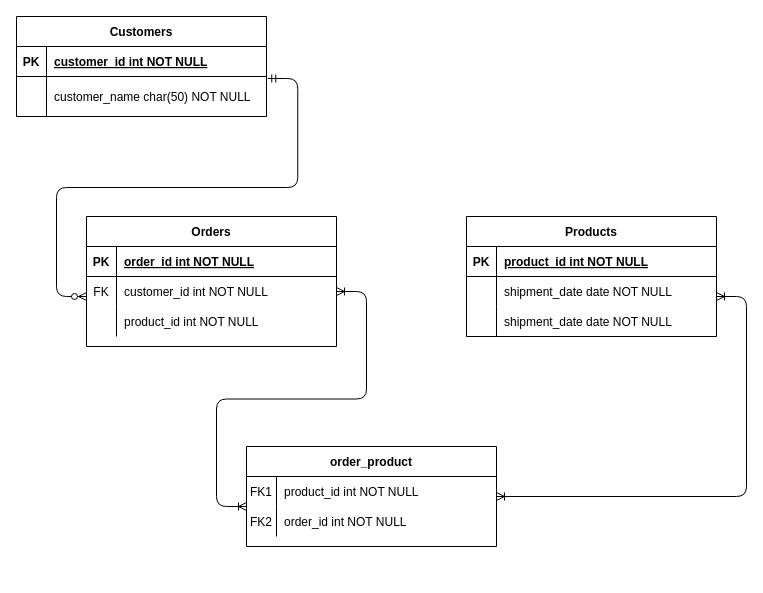
Earlier version of the draw.io diagram SQL/ERD-task.drawio (juanbonami/SQL-scripts). Source tidied: cells renumbered, new cells numbered last; positions are measured from the earlier drawing's top-left corner, leaving out a move shared by most shapes. Both pictures are drawn from the tidied source at 100%, with x=0, y=0 at pixel (16, 16).
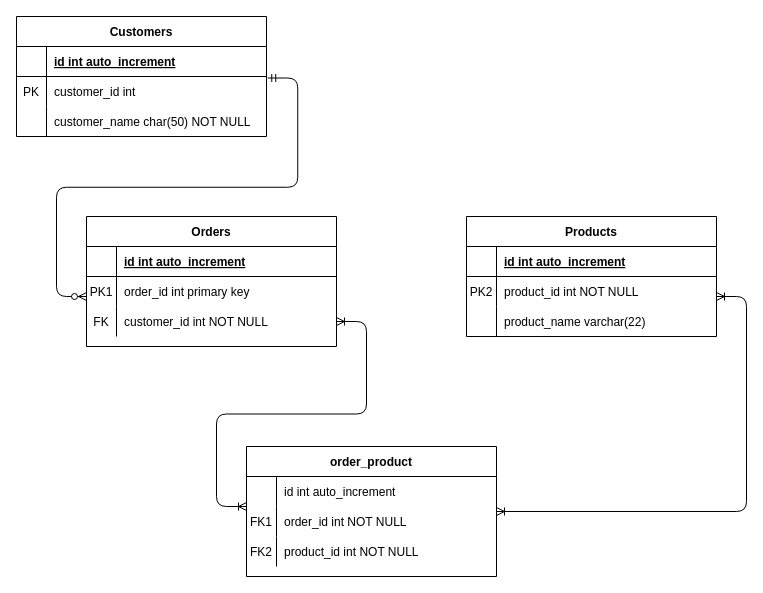
Above is the later version.

The change refers to these unchanged cells:
```xml
<mxCell id="2" value="Orders" style="shape=table;startSize=30;childLayout=tableLayout;rowLines=0;fontStyle=1;align=center;" parent="1" vertex="1">
  <mxGeometry x="70" y="200" width="250" height="130" as="geometry" />
</mxCell>
<mxCell id="3" style="shape=partialRectangle;fillColor=none;top=0;left=0;right=0;bottom=1;" parent="2" vertex="1">
  <mxGeometry y="30" width="250" height="30" as="geometry" />
</mxCell>
<mxCell id="13" style="shape=partialRectangle;fillColor=none;top=0;left=0;right=0;bottom=1;" parent="12" vertex="1">
  <mxGeometry y="30" width="250" height="30" as="geometry" />
</mxCell>
<mxCell id="16" style="shape=partialRectangle;fillColor=none;top=0;left=0;right=0;bottom=0;" parent="12" vertex="1">
  <mxGeometry y="60" width="250" height="30" as="geometry" />
</mxCell>
<mxCell id="19" style="shape=partialRectangle;fillColor=none;top=0;left=0;right=0;bottom=0;" parent="12" vertex="1">
  <mxGeometry y="90" width="250" height="30" as="geometry" />
</mxCell>
<mxCell id="23" style="shape=partialRectangle;fillColor=none;top=0;left=0;right=0;bottom=1;" parent="22" vertex="1">
  <mxGeometry y="30" width="250" height="30" as="geometry" />
</mxCell>
<mxCell id="31" style="shape=partialRectangle;fillColor=none;top=0;left=0;right=0;bottom=0;" parent="30" vertex="1">
  <mxGeometry y="30" width="250" height="30" as="geometry" />
</mxCell>
<mxCell id="34" style="shape=partialRectangle;fillColor=none;top=0;left=0;right=0;bottom=0;" parent="30" vertex="1">
  <mxGeometry y="60" width="250" height="30" as="geometry" />
</mxCell>
```

The edit, as a diff of the source:
```diff
@@
-    <mxCell id="4" value="PK" style="shape=partialRectangle;overflow=hidden;fillColor=none;top=0;left=0;bottom=0;right=0;fontStyle=1;" parent="3" vertex="1">
+    <mxCell id="4" style="shape=partialRectangle;overflow=hidden;fillColor=none;top=0;left=0;bottom=0;right=0;fontStyle=1;" parent="3" vertex="1">
       <mxGeometry width="30" height="30" as="geometry" />
     </mxCell>
-    <mxCell id="5" value="order_id int NOT NULL " style="shape=partialRectangle;overflow=hidden;fillColor=none;top=0;left=0;bottom=0;right=0;align=left;spacingLeft=6;fontStyle=5;" parent="3" vertex="1">
+    <mxCell id="5" value="id int auto_increment" style="shape=partialRectangle;overflow=hidden;fillColor=none;top=0;left=0;bottom=0;right=0;align=left;spacingLeft=6;fontStyle=5;" parent="3" vertex="1">
       <mxGeometry x="30" width="220" height="30" as="geometry" />
     </mxCell>
+    <mxCell id="9" style="shape=partialRectangle;fillColor=none;top=0;left=0;right=0;bottom=0;" parent="2" vertex="1">
+      <mxGeometry y="60" width="250" height="30" as="geometry" />
+    </mxCell>
+    <mxCell id="10" value="PK1" style="shape=partialRectangle;overflow=hidden;fillColor=none;top=0;left=0;bottom=0;right=0;" parent="9" vertex="1">
+      <mxGeometry width="30" height="30" as="geometry" />
+    </mxCell>
+    <mxCell id="11" value="order_id int primary key" style="shape=partialRectangle;overflow=hidden;fillColor=none;top=0;left=0;bottom=0;right=0;align=left;spacingLeft=6;" parent="9" vertex="1">
+      <mxGeometry x="30" width="220" height="30" as="geometry" />
+    </mxCell>
     <mxCell id="6" style="shape=partialRectangle;fillColor=none;points=[[0,0.5],[1,0.5]];portConstraint=eastwest;top=0;left=0;right=0;bottom=0;" parent="2" vertex="1">
-      <mxGeometry y="60" width="250" height="30" as="geometry" />
+      <mxGeometry y="90" width="250" height="30" as="geometry" />
     </mxCell>
@@
-    <mxCell id="9" style="shape=partialRectangle;fillColor=none;top=0;left=0;right=0;bottom=0;" parent="2" vertex="1">
-      <mxGeometry y="90" width="250" height="30" as="geometry" />
-    </mxCell>
-    <mxCell id="10" style="shape=partialRectangle;overflow=hidden;fillColor=none;top=0;left=0;bottom=0;right=0;" parent="9" vertex="1">
-      <mxGeometry width="30" height="30" as="geometry" />
-    </mxCell>
-    <mxCell id="11" value="product_id int NOT NULL" style="shape=partialRectangle;overflow=hidden;fillColor=none;top=0;left=0;bottom=0;right=0;align=left;spacingLeft=6;" parent="9" vertex="1">
-      <mxGeometry x="30" width="220" height="30" as="geometry" />
-    </mxCell>
@@
-    <mxCell id="14" value="PK" style="shape=partialRectangle;overflow=hidden;fillColor=none;top=0;left=0;bottom=0;right=0;fontStyle=1;" parent="13" vertex="1">
+    <mxCell id="14" style="shape=partialRectangle;overflow=hidden;fillColor=none;top=0;left=0;bottom=0;right=0;fontStyle=1;" parent="13" vertex="1">
       <mxGeometry width="30" height="30" as="geometry" />
     </mxCell>
-    <mxCell id="15" value="product_id int NOT NULL" style="shape=partialRectangle;overflow=hidden;fillColor=none;top=0;left=0;bottom=0;right=0;align=left;spacingLeft=6;fontStyle=5;" parent="13" vertex="1">
+    <mxCell id="15" value="id int auto_increment" style="shape=partialRectangle;overflow=hidden;fillColor=none;top=0;left=0;bottom=0;right=0;align=left;spacingLeft=6;fontStyle=5;" parent="13" vertex="1">
       <mxGeometry x="30" width="220" height="30" as="geometry" />
     </mxCell>
@@
-    <mxCell id="17" style="shape=partialRectangle;overflow=hidden;fillColor=none;top=0;left=0;bottom=0;right=0;" parent="16" vertex="1">
+    <mxCell id="17" value="PK2" style="shape=partialRectangle;overflow=hidden;fillColor=none;top=0;left=0;bottom=0;right=0;" parent="16" vertex="1">
       <mxGeometry width="30" height="30" as="geometry" />
     </mxCell>
-    <mxCell id="18" value="shipment_date date NOT NULL" style="shape=partialRectangle;overflow=hidden;fillColor=none;top=0;left=0;bottom=0;right=0;align=left;spacingLeft=6;" parent="16" vertex="1">
+    <mxCell id="18" value="product_id int NOT NULL" style="shape=partialRectangle;overflow=hidden;fillColor=none;top=0;left=0;bottom=0;right=0;align=left;spacingLeft=6;" parent="16" vertex="1">
       <mxGeometry x="30" width="220" height="30" as="geometry" />
     </mxCell>
@@
-    <mxCell id="21" value="shipment_date date NOT NULL" style="shape=partialRectangle;overflow=hidden;fillColor=none;top=0;left=0;bottom=0;right=0;align=left;spacingLeft=6;" parent="19" vertex="1">
+    <mxCell id="21" value="product_name varchar(22)" style="shape=partialRectangle;overflow=hidden;fillColor=none;top=0;left=0;bottom=0;right=0;align=left;spacingLeft=6;" parent="19" vertex="1">
       <mxGeometry x="30" width="220" height="30" as="geometry" />
     </mxCell>
     <mxCell id="22" value="Customers" style="shape=table;startSize=30;childLayout=tableLayout;rowLines=0;fontStyle=1;align=center;" parent="1" vertex="1">
-      <mxGeometry width="250" height="100" as="geometry" />
+      <mxGeometry width="250" height="120" as="geometry" />
     </mxCell>
@@
-    <mxCell id="24" value="PK" style="shape=partialRectangle;overflow=hidden;fillColor=none;top=0;left=0;bottom=0;right=0;fontStyle=1;" parent="23" vertex="1">
+    <mxCell id="24" style="shape=partialRectangle;overflow=hidden;fillColor=none;top=0;left=0;bottom=0;right=0;fontStyle=1;" parent="23" vertex="1">
       <mxGeometry width="30" height="30" as="geometry" />
     </mxCell>
-    <mxCell id="25" value="customer_id int NOT NULL " style="shape=partialRectangle;overflow=hidden;fillColor=none;top=0;left=0;bottom=0;right=0;align=left;spacingLeft=6;fontStyle=5;" parent="23" vertex="1">
+    <mxCell id="25" value="id int auto_increment" style="shape=partialRectangle;overflow=hidden;fillColor=none;top=0;left=0;bottom=0;right=0;align=left;spacingLeft=6;fontStyle=5;" parent="23" vertex="1">
       <mxGeometry x="30" width="220" height="30" as="geometry" />
     </mxCell>
     <mxCell id="26" style="shape=partialRectangle;fillColor=none;points=[[0,0.5],[1,0.5]];portConstraint=eastwest;top=0;left=0;right=0;bottom=0;" parent="22" vertex="1">
-      <mxGeometry y="60" width="250" height="40" as="geometry" />
+      <mxGeometry y="60" width="250" height="30" as="geometry" />
     </mxCell>
-    <mxCell id="27" style="shape=partialRectangle;overflow=hidden;fillColor=none;top=0;left=0;bottom=0;right=0;" parent="26" vertex="1">
-      <mxGeometry width="30" height="40" as="geometry" />
+    <mxCell id="27" value="PK" style="shape=partialRectangle;overflow=hidden;fillColor=none;top=0;left=0;bottom=0;right=0;" parent="26" vertex="1">
+      <mxGeometry width="30" height="30" as="geometry" />
     </mxCell>
-    <mxCell id="28" value="customer_name char(50) NOT NULL" style="shape=partialRectangle;overflow=hidden;fillColor=none;top=0;left=0;bottom=0;right=0;align=left;spacingLeft=6;" parent="26" vertex="1">
-      <mxGeometry x="30" width="220" height="40" as="geometry" />
+    <mxCell id="28" value="customer_id int " style="shape=partialRectangle;overflow=hidden;fillColor=none;top=0;left=0;bottom=0;right=0;align=left;spacingLeft=6;" parent="26" vertex="1">
+      <mxGeometry x="30" width="220" height="30" as="geometry" />
     </mxCell>
+    <mxCell id="39" style="shape=partialRectangle;fillColor=none;top=0;left=0;right=0;bottom=0;" parent="22" vertex="1">
+      <mxGeometry y="90" width="250" height="30" as="geometry" />
+    </mxCell>
+    <mxCell id="40" style="shape=partialRectangle;overflow=hidden;fillColor=none;top=0;left=0;bottom=0;right=0;" parent="39" vertex="1">
+      <mxGeometry width="30" height="30" as="geometry" />
+    </mxCell>
+    <mxCell id="41" value="customer_name char(50) NOT NULL" style="shape=partialRectangle;overflow=hidden;fillColor=none;top=0;left=0;bottom=0;right=0;align=left;spacingLeft=6;" parent="39" vertex="1">
+      <mxGeometry x="30" width="220" height="30" as="geometry" />
+    </mxCell>
@@
     <mxCell id="30" value="order_product" style="shape=table;startSize=30;childLayout=tableLayout;rowLines=0;fontStyle=1;align=center;" parent="1" vertex="1">
-      <mxGeometry x="230" y="430" width="250" height="100" as="geometry" />
+      <mxGeometry x="230" y="430" width="250" height="130" as="geometry" />
     </mxCell>
@@
-    <mxCell id="32" value="FK1" style="shape=partialRectangle;overflow=hidden;fillColor=none;top=0;left=0;bottom=0;right=0;" parent="31" vertex="1">
+    <mxCell id="32" style="shape=partialRectangle;overflow=hidden;fillColor=none;top=0;left=0;bottom=0;right=0;" parent="31" vertex="1">
       <mxGeometry width="30" height="30" as="geometry" />
     </mxCell>
-    <mxCell id="33" value="product_id int NOT NULL" style="shape=partialRectangle;overflow=hidden;fillColor=none;top=0;left=0;bottom=0;right=0;align=left;spacingLeft=6;" parent="31" vertex="1">
+    <mxCell id="33" value="id int auto_increment" style="shape=partialRectangle;overflow=hidden;fillColor=none;top=0;left=0;bottom=0;right=0;align=left;spacingLeft=6;" parent="31" vertex="1">
       <mxGeometry x="30" width="220" height="30" as="geometry" />
     </mxCell>
@@
-    <mxCell id="35" value="FK2" style="shape=partialRectangle;overflow=hidden;fillColor=none;top=0;left=0;bottom=0;right=0;" parent="34" vertex="1">
+    <mxCell id="35" value="FK1" style="shape=partialRectangle;overflow=hidden;fillColor=none;top=0;left=0;bottom=0;right=0;" parent="34" vertex="1">
       <mxGeometry width="30" height="30" as="geometry" />
     </mxCell>
@@
+    <mxCell id="42" style="shape=partialRectangle;fillColor=none;top=0;left=0;right=0;bottom=0;" parent="30" vertex="1">
+      <mxGeometry y="90" width="250" height="30" as="geometry" />
+    </mxCell>
+    <mxCell id="43" value="FK2" style="shape=partialRectangle;overflow=hidden;fillColor=none;top=0;left=0;bottom=0;right=0;" parent="42" vertex="1">
+      <mxGeometry width="30" height="30" as="geometry" />
+    </mxCell>
+    <mxCell id="44" value="product_id int NOT NULL" style="shape=partialRectangle;overflow=hidden;fillColor=none;top=0;left=0;bottom=0;right=0;align=left;spacingLeft=6;" parent="42" vertex="1">
+      <mxGeometry x="30" width="220" height="30" as="geometry" />
+    </mxCell>
```
